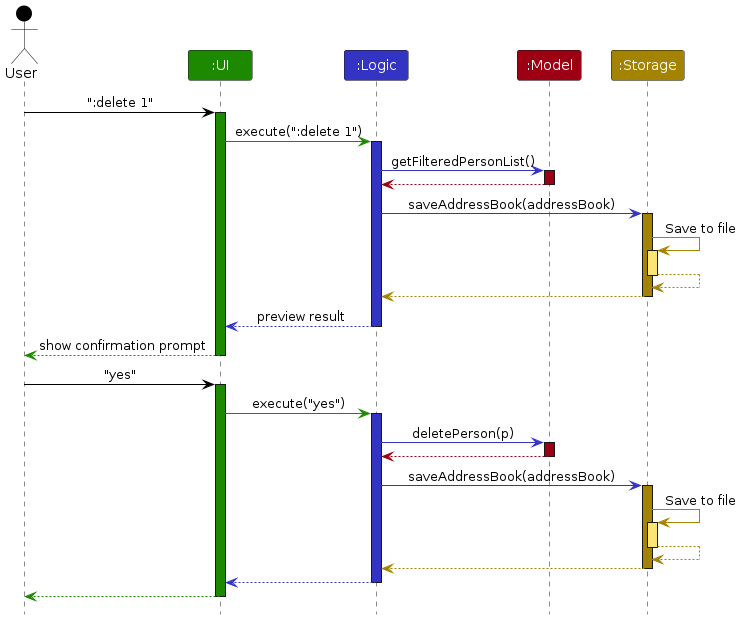
Earlier version of the PlantUML export diagrams/ArchitectureSequenceDiagram.png (AY2526S2-CS2103T-T15-4/tp). Its source is kept beside it as diagrams/ArchitectureSequenceDiagram.puml.
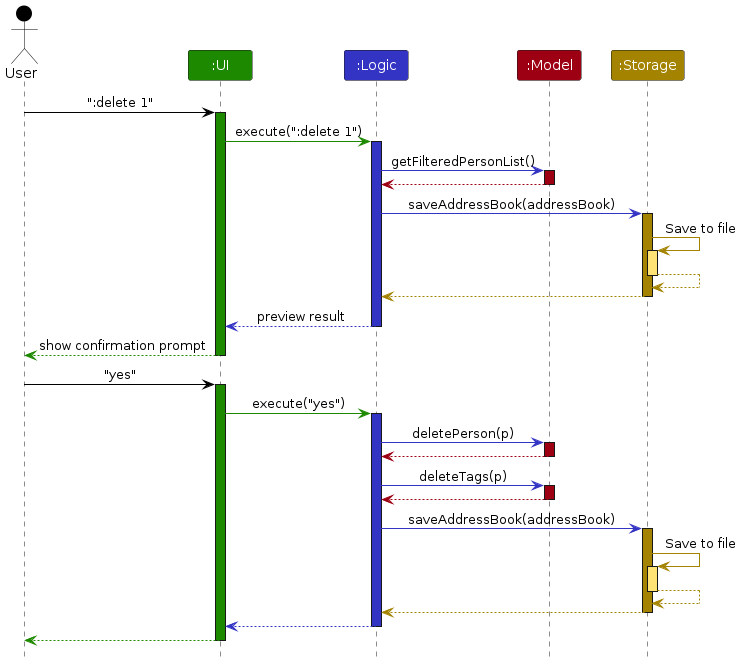
The same file after the commit.

What changed in the source:
```diff
@@ -45,6 +45,11 @@
 model -[MODEL_COLOR]-> logic
 deactivate model
 
+logic -[LOGIC_COLOR]> model : deleteTags(p)
+activate model MODEL_COLOR
+model -[MODEL_COLOR]-> logic
+deactivate model
+
 logic -[LOGIC_COLOR]> storage : saveAddressBook(addressBook)
 activate storage STORAGE_COLOR
 storage -[STORAGE_COLOR]> storage : Save to file
```
